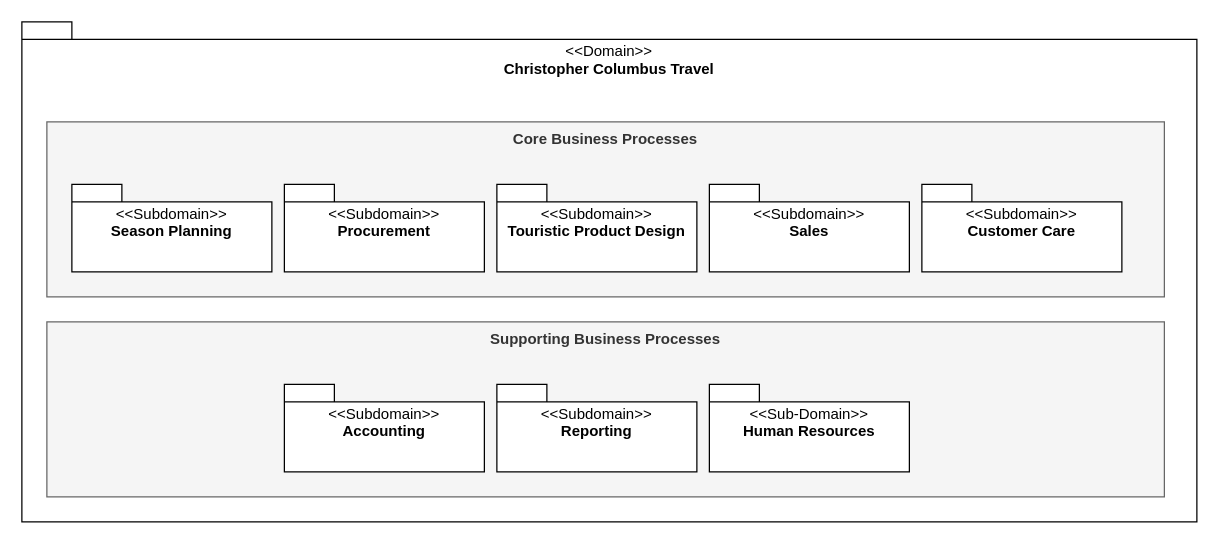
hochschule-darmstadt/a3se_app keeps this draw.io diagram as docs/requirements/domains/domains.drawio. Above is the earlier version. Source tidied: cells renumbered, new cells numbered last; positions are measured from the earlier drawing's top-left corner, leaving out a move shared by most shapes. Both pictures are drawn from the tidied source at 125%, with x=0, y=0 at pixel (21, 21).
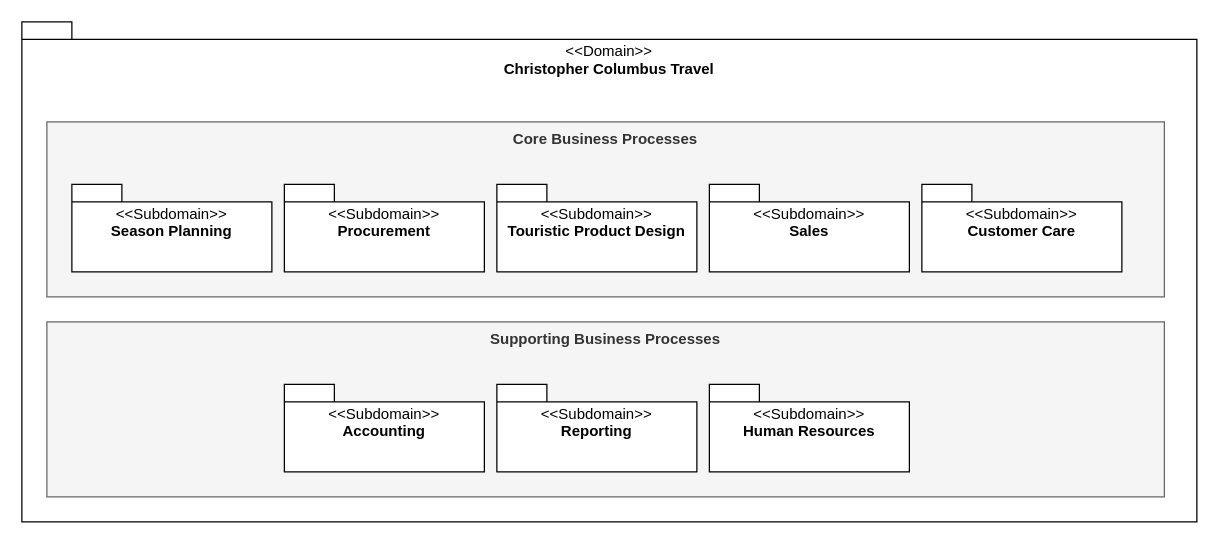
The same page after the edit.

What changed in the source:
```diff
@@
 <mxGraphModel>
   <root>
     <mxCell id="0" />
     <mxCell id="1" parent="0" />
     <mxCell id="2" value="&lt;span style=&quot;font-weight: normal;&quot;&gt;&amp;lt;&amp;lt;Domain&amp;gt;&amp;gt;&lt;/span&gt;&lt;div&gt;Chri&lt;span style=&quot;background-color: transparent; color: light-dark(rgb(0, 0, 0), rgb(255, 255, 255));&quot;&gt;stopher Columbus Travel&lt;/span&gt;&lt;/div&gt;" style="shape=folder;fontStyle=1;spacingTop=10;tabWidth=40;tabHeight=14;tabPosition=left;html=1;whiteSpace=wrap;align=center;verticalAlign=top;" parent="1" vertex="1">
       <mxGeometry width="940" height="400" as="geometry" />
     </mxCell>
     <mxCell id="3" value="Supporting Business Processes" style="rounded=0;whiteSpace=wrap;html=1;fontStyle=1;verticalAlign=top;fillColor=#f5f5f5;strokeColor=#666666;fontColor=#333333;" parent="1" vertex="1">
       <mxGeometry x="20" y="240" width="894" height="140" as="geometry" />
     </mxCell>
     <mxCell id="4" value="Core Business Processes" style="rounded=0;whiteSpace=wrap;html=1;fontStyle=1;verticalAlign=top;fillColor=#f5f5f5;strokeColor=#666666;fontColor=#333333;" parent="1" vertex="1">
       <mxGeometry x="20" y="80" width="894" height="140" as="geometry" />
     </mxCell>
     <mxCell id="5" value="&lt;span style=&quot;font-weight: normal;&quot;&gt;&amp;lt;&amp;lt;Subd&lt;/span&gt;&lt;span style=&quot;font-weight: 400;&quot;&gt;omain&lt;/span&gt;&lt;span style=&quot;font-weight: normal;&quot;&gt;&amp;gt;&amp;gt;&lt;/span&gt;&lt;div&gt;Season&amp;nbsp;&lt;span style=&quot;background-color: transparent; color: light-dark(rgb(0, 0, 0), rgb(255, 255, 255));&quot;&gt;Planning&lt;/span&gt;&lt;/div&gt;" style="shape=folder;fontStyle=1;spacingTop=10;tabWidth=40;tabHeight=14;tabPosition=left;html=1;whiteSpace=wrap;align=center;verticalAlign=top;" parent="1" vertex="1">
       <mxGeometry x="40" y="130" width="160" height="70" as="geometry" />
     </mxCell>
     <mxCell id="6" value="&lt;span style=&quot;font-weight: normal;&quot;&gt;&amp;lt;&amp;lt;Subd&lt;/span&gt;&lt;span style=&quot;font-weight: 400;&quot;&gt;omain&lt;/span&gt;&lt;span style=&quot;font-weight: normal;&quot;&gt;&amp;gt;&amp;gt;&lt;/span&gt;&lt;div&gt;Procurement&lt;/div&gt;" style="shape=folder;fontStyle=1;spacingTop=10;tabWidth=40;tabHeight=14;tabPosition=left;html=1;whiteSpace=wrap;align=center;verticalAlign=top;" parent="1" vertex="1">
       <mxGeometry x="210" y="130" width="160" height="70" as="geometry" />
     </mxCell>
     <mxCell id="7" value="&lt;span style=&quot;font-weight: normal;&quot;&gt;&amp;lt;&amp;lt;Subd&lt;/span&gt;&lt;span style=&quot;font-weight: 400;&quot;&gt;omain&lt;/span&gt;&lt;span style=&quot;font-weight: normal;&quot;&gt;&amp;gt;&amp;gt;&lt;/span&gt;&lt;div&gt;Touristic Product Design&lt;/div&gt;" style="shape=folder;fontStyle=1;spacingTop=10;tabWidth=40;tabHeight=14;tabPosition=left;html=1;whiteSpace=wrap;align=center;verticalAlign=top;" parent="1" vertex="1">
       <mxGeometry x="380" y="130" width="160" height="70" as="geometry" />
     </mxCell>
     <mxCell id="8" value="&lt;span style=&quot;font-weight: normal;&quot;&gt;&amp;lt;&amp;lt;Subd&lt;/span&gt;&lt;span style=&quot;font-weight: 400;&quot;&gt;omain&lt;/span&gt;&lt;span style=&quot;font-weight: normal;&quot;&gt;&amp;gt;&amp;gt;&lt;/span&gt;&lt;div&gt;Sales&lt;/div&gt;" style="shape=folder;fontStyle=1;spacingTop=10;tabWidth=40;tabHeight=14;tabPosition=left;html=1;whiteSpace=wrap;align=center;verticalAlign=top;" parent="1" vertex="1">
       <mxGeometry x="550" y="130" width="160" height="70" as="geometry" />
     </mxCell>
     <mxCell id="9" value="&lt;span style=&quot;font-weight: normal;&quot;&gt;&amp;lt;&amp;lt;Subd&lt;/span&gt;&lt;span style=&quot;font-weight: 400;&quot;&gt;omain&lt;/span&gt;&lt;span style=&quot;font-weight: normal;&quot;&gt;&amp;gt;&amp;gt;&lt;/span&gt;&lt;div&gt;Customer Care&lt;/div&gt;" style="shape=folder;fontStyle=1;spacingTop=10;tabWidth=40;tabHeight=14;tabPosition=left;html=1;whiteSpace=wrap;align=center;verticalAlign=top;" parent="1" vertex="1">
       <mxGeometry x="720" y="130" width="160" height="70" as="geometry" />
     </mxCell>
     <mxCell id="10" value="&lt;span style=&quot;font-weight: normal;&quot;&gt;&amp;lt;&amp;lt;Subd&lt;/span&gt;&lt;span style=&quot;font-weight: 400;&quot;&gt;omain&lt;/span&gt;&lt;span style=&quot;font-weight: normal;&quot;&gt;&amp;gt;&amp;gt;&lt;/span&gt;&lt;div&gt;Accounting&lt;/div&gt;" style="shape=folder;fontStyle=1;spacingTop=10;tabWidth=40;tabHeight=14;tabPosition=left;html=1;whiteSpace=wrap;align=center;verticalAlign=top;" parent="1" vertex="1">
       <mxGeometry x="210" y="290" width="160" height="70" as="geometry" />
     </mxCell>
     <mxCell id="11" value="&lt;span style=&quot;font-weight: normal;&quot;&gt;&amp;lt;&amp;lt;Subd&lt;/span&gt;&lt;span style=&quot;font-weight: 400;&quot;&gt;omain&lt;/span&gt;&lt;span style=&quot;font-weight: normal;&quot;&gt;&amp;gt;&amp;gt;&lt;/span&gt;&lt;div&gt;Reporting&lt;/div&gt;" style="shape=folder;fontStyle=1;spacingTop=10;tabWidth=40;tabHeight=14;tabPosition=left;html=1;whiteSpace=wrap;align=center;verticalAlign=top;" parent="1" vertex="1">
       <mxGeometry x="380" y="290" width="160" height="70" as="geometry" />
     </mxCell>
-    <mxCell id="12" value="&lt;span style=&quot;font-weight: normal;&quot;&gt;&amp;lt;&amp;lt;Sub-Domain&amp;gt;&amp;gt;&lt;/span&gt;&lt;div&gt;Human Resources&lt;/div&gt;" style="shape=folder;fontStyle=1;spacingTop=10;tabWidth=40;tabHeight=14;tabPosition=left;html=1;whiteSpace=wrap;align=center;verticalAlign=top;" parent="1" vertex="1">
+    <mxCell id="12" value="&lt;span style=&quot;font-weight: normal;&quot;&gt;&amp;lt;&amp;lt;Subdomain&amp;gt;&amp;gt;&lt;/span&gt;&lt;div&gt;Human Resources&lt;/div&gt;" style="shape=folder;fontStyle=1;spacingTop=10;tabWidth=40;tabHeight=14;tabPosition=left;html=1;whiteSpace=wrap;align=center;verticalAlign=top;" parent="1" vertex="1">
       <mxGeometry x="550" y="290" width="160" height="70" as="geometry" />
     </mxCell>
   </root>
 </mxGraphModel>
```
